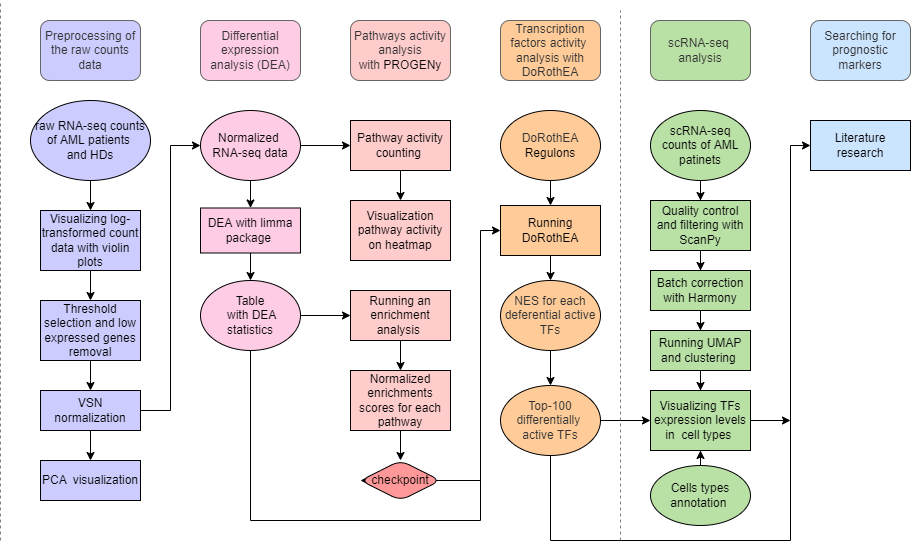
Above: workflow.png in theCastleBuilder/Acute-myeloid-leukemia (draw.io), before the change. Source tidied: cells renumbered, new cells last; positions are measured from the earlier drawing's top-left corner, leaving out a move shared by most shapes.
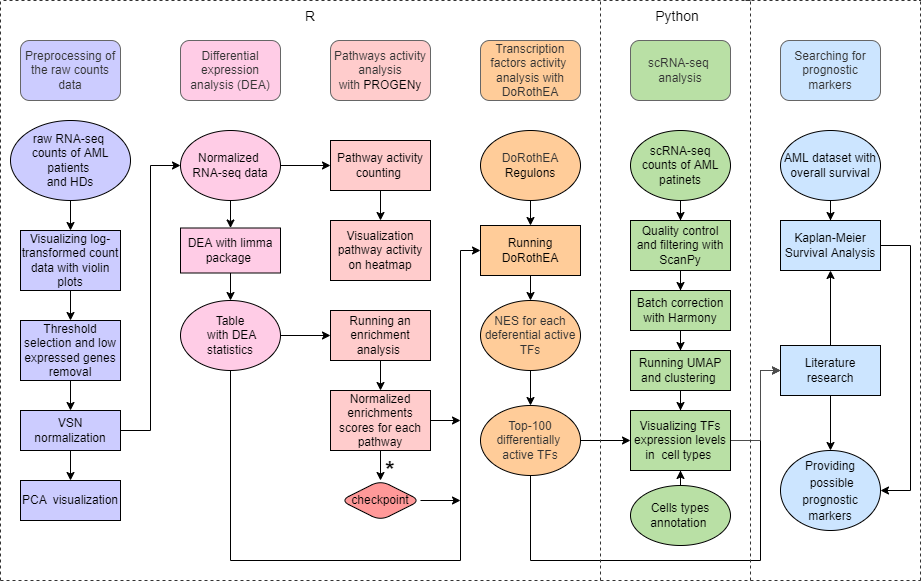
After the commit.

The edit, as a diff of the source:
```diff
@@ -29,7 +29,7 @@
     <mxCell id="10" style="edgeStyle=orthogonalEdgeStyle;rounded=0;jettySize=auto;html=1;exitX=0.5;exitY=1;exitDx=0;exitDy=0;entryX=0.5;entryY=0;entryDx=0;entryDy=0;" parent="1" edge="1" source="11" target="7">
       <mxGeometry relative="1" as="geometry" />
     </mxCell>
-    <mxCell id="11" value="&lt;span style=&quot;&quot;&gt;raw RNA-seq counts of AML patients &lt;br&gt;and HDs&lt;/span&gt;" style="ellipse;whiteSpace=wrap;html=1;rounded=1;fillColor=#CCCCFF;" parent="1" vertex="1">
+    <mxCell id="11" value="&lt;span style=&quot;&quot;&gt;raw RNA-seq &lt;br&gt;counts of AML patients &lt;br&gt;and HDs&lt;/span&gt;" style="ellipse;whiteSpace=wrap;html=1;rounded=1;fillColor=#CCCCFF;" parent="1" vertex="1">
       <mxGeometry x="30" y="100" width="120" height="80" as="geometry" />
     </mxCell>
     <mxCell id="12" style="edgeStyle=orthogonalEdgeStyle;rounded=0;jettySize=auto;html=1;exitX=0.5;exitY=1;exitDx=0;exitDy=0;entryX=0.5;entryY=0;entryDx=0;entryDy=0;" parent="1" edge="1" source="14" target="9">
@@ -58,15 +58,15 @@
     <mxCell id="19" style="edgeStyle=orthogonalEdgeStyle;rounded=0;jettySize=auto;html=1;entryX=0;entryY=0.5;entryDx=0;entryDy=0;strokeColor=#000000;fillColor=#000000;" parent="1" edge="1" source="21" target="28">
       <mxGeometry relative="1" as="geometry" />
     </mxCell>
-    <mxCell id="20" style="edgeStyle=orthogonalEdgeStyle;rounded=0;jettySize=auto;html=1;entryX=0;entryY=0.5;entryDx=0;entryDy=0;strokeColor=#000000;fillColor=#000000;" parent="1" edge="1" source="21" target="40">
-      <mxGeometry relative="1" as="geometry">
-        <Array as="points">
-          <mxPoint x="250" y="520" />
-          <mxPoint x="480" y="520" />
-          <mxPoint x="480" y="480" />
-        </Array>
-      </mxGeometry>
-    </mxCell>
+    <mxCell id="61" style="edgeStyle=orthogonalEdgeStyle;rounded=0;jettySize=auto;html=1;strokeColor=#000000;fillColor=#000000;entryX=0;entryY=0.5;entryDx=0;entryDy=0;" parent="1" edge="1" source="21" target="32">
+      <mxGeometry relative="1" as="geometry">
+        <Array as="points">
+          <mxPoint x="250" y="540" />
+          <mxPoint x="480" y="540" />
+          <mxPoint x="480" y="230" />
+        </Array>
+      </mxGeometry>
+    </mxCell>
     <mxCell id="21" value="&lt;span style=&quot;&quot;&gt;Table&lt;br&gt;&amp;nbsp;with DEA statistics&lt;/span&gt;" style="ellipse;whiteSpace=wrap;html=1;rounded=1;fillColor=#FFCCE6;" parent="1" vertex="1">
       <mxGeometry x="200" y="280" width="100" height="70" as="geometry" />
     </mxCell>
@@ -108,6 +108,11 @@
         <mxPoint x="400" y="460" as="targetPoint" />
       </mxGeometry>
     </mxCell>
+    <mxCell id="62" style="edgeStyle=orthogonalEdgeStyle;rounded=0;jettySize=auto;html=1;strokeColor=#000000;fillColor=#000000;" parent="1" edge="1" source="34">
+      <mxGeometry relative="1" as="geometry">
+        <mxPoint x="480" y="400" as="targetPoint" />
+      </mxGeometry>
+    </mxCell>
     <mxCell id="34" value="Normalized enrichments scores for each pathway" style="rounded=0;whiteSpace=wrap;html=1;strokeColor=#000000;fillColor=#FFCCCC;" parent="1" vertex="1">
       <mxGeometry x="350" y="370" width="100" height="60" as="geometry" />
     </mxCell>
@@ -120,19 +125,16 @@
     <mxCell id="37" style="edgeStyle=orthogonalEdgeStyle;rounded=0;orthogonalLoop=1;jettySize=auto;html=1;exitX=0.5;exitY=1;exitDx=0;exitDy=0;strokeColor=#000000;fillColor=#000000;" parent="1" edge="1" source="28" target="28">
       <mxGeometry relative="1" as="geometry" />
     </mxCell>
-    <mxCell id="38" style="edgeStyle=orthogonalEdgeStyle;rounded=0;jettySize=auto;html=1;entryX=0;entryY=0.5;entryDx=0;entryDy=0;strokeColor=#000000;fillColor=#000000;exitX=1;exitY=0.5;exitDx=0;exitDy=0;" parent="1" edge="1" source="40" target="32">
-      <mxGeometry relative="1" as="geometry">
-        <Array as="points">
-          <mxPoint x="480" y="480" />
-          <mxPoint x="480" y="230" />
-        </Array>
-      </mxGeometry>
-    </mxCell>
     <mxCell id="39" style="edgeStyle=orthogonalEdgeStyle;rounded=0;jettySize=auto;html=1;exitX=1;exitY=0.5;exitDx=0;exitDy=0;strokeColor=#000000;fillColor=#000000;" parent="1" edge="1" source="40">
       <mxGeometry relative="1" as="geometry">
         <mxPoint x="440" y="480" as="targetPoint" />
       </mxGeometry>
     </mxCell>
+    <mxCell id="63" style="edgeStyle=orthogonalEdgeStyle;rounded=0;jettySize=auto;html=1;strokeColor=#000000;fillColor=#000000;exitX=1;exitY=0.5;exitDx=0;exitDy=0;" parent="1" edge="1" source="40">
+      <mxGeometry relative="1" as="geometry">
+        <mxPoint x="480" y="480" as="targetPoint" />
+      </mxGeometry>
+    </mxCell>
     <mxCell id="40" value="checkpoint" style="rhombus;whiteSpace=wrap;html=1;rounded=1;shadow=0;strokeColor=#000000;fillColor=#FF9999;" parent="1" vertex="1">
       <mxGeometry x="360" y="460" width="80" height="40" as="geometry" />
     </mxCell>
@@ -146,8 +148,8 @@
       <mxGeometry relative="1" as="geometry">
         <Array as="points">
           <mxPoint x="550" y="540" />
-          <mxPoint x="790" y="540" />
-          <mxPoint x="790" y="145" />
+          <mxPoint x="780" y="540" />
+          <mxPoint x="780" y="350" />
         </Array>
       </mxGeometry>
     </mxCell>
@@ -178,16 +180,25 @@
     <mxCell id="52" value="Cells types annotation&amp;nbsp;" style="ellipse;whiteSpace=wrap;html=1;rounded=1;strokeColor=#000000;fillColor=#B9E0A5;" parent="1" vertex="1">
       <mxGeometry x="650" y="465" width="100" height="60" as="geometry" />
     </mxCell>
-    <mxCell id="53" style="edgeStyle=orthogonalEdgeStyle;rounded=0;jettySize=auto;html=1;strokeColor=#000000;fillColor=#000000;" parent="1" edge="1" source="54">
-      <mxGeometry relative="1" as="geometry">
-        <mxPoint x="790" y="420" as="targetPoint" />
-      </mxGeometry>
-    </mxCell>
+    <mxCell id="64" style="edgeStyle=orthogonalEdgeStyle;rounded=0;jettySize=auto;html=1;entryX=0;entryY=0.5;entryDx=0;entryDy=0;fontSize=18;strokeColor=#4D4D4D;fillColor=#000000;" parent="1" edge="1" source="54" target="55">
+      <mxGeometry relative="1" as="geometry">
+        <Array as="points">
+          <mxPoint x="780" y="420" />
+          <mxPoint x="780" y="350" />
+        </Array>
+      </mxGeometry>
+    </mxCell>
     <mxCell id="54" value="Visualizing TFs expression levels in&amp;nbsp; cell types&amp;nbsp;" style="rounded=0;whiteSpace=wrap;html=1;strokeColor=#000000;fillColor=#B9E0A5;" parent="1" vertex="1">
       <mxGeometry x="650" y="390" width="100" height="60" as="geometry" />
     </mxCell>
+    <mxCell id="65" style="edgeStyle=orthogonalEdgeStyle;rounded=0;jettySize=auto;html=1;fontSize=14;strokeColor=#000000;fillColor=#000000;" parent="1" edge="1" source="55" target="68">
+      <mxGeometry relative="1" as="geometry" />
+    </mxCell>
+    <mxCell id="66" style="edgeStyle=orthogonalEdgeStyle;rounded=0;jettySize=auto;html=1;entryX=0.5;entryY=0;entryDx=0;entryDy=0;fontSize=14;strokeColor=#000000;fillColor=#000000;" parent="1" edge="1" source="55" target="71">
+      <mxGeometry relative="1" as="geometry" />
+    </mxCell>
     <mxCell id="55" value="Literature research" style="rounded=0;whiteSpace=wrap;html=1;strokeColor=#000000;fillColor=#CCE5FF;" parent="1" vertex="1">
-      <mxGeometry x="810" y="120" width="100" height="50" as="geometry" />
+      <mxGeometry x="800" y="325" width="100" height="50" as="geometry" />
     </mxCell>
     <mxCell id="56" style="edgeStyle=orthogonalEdgeStyle;rounded=0;jettySize=auto;html=1;entryX=0.5;entryY=0;entryDx=0;entryDy=0;strokeColor=#000000;fillColor=#000000;" parent="1" edge="1" source="57" target="44">
       <mxGeometry relative="1" as="geometry" />
@@ -195,20 +206,85 @@
     <mxCell id="57" value="&lt;font color=&quot;#333333&quot;&gt;NES for each deferential active TFs&lt;/font&gt;" style="ellipse;whiteSpace=wrap;html=1;rounded=1;fillColor=#FFCC99;" parent="1" vertex="1">
       <mxGeometry x="500" y="280" width="100" height="70" as="geometry" />
     </mxCell>
-    <mxCell id="58" style="endArrow=none;dashed=1;html=1;rounded=0;strokeColor=#808080;fillColor=#000000;" parent="1" edge="1">
+    <mxCell id="58" style="endArrow=none;dashed=1;html=1;rounded=0;strokeColor=#333333;fillColor=#000000;" parent="1" edge="1">
       <mxGeometry relative="1" as="geometry">
-        <mxPoint y="540" as="sourcePoint" />
-        <mxPoint as="targetPoint" />
+        <mxPoint x="20" y="560" as="sourcePoint" />
+        <mxPoint x="20" y="-20" as="targetPoint" />
       </mxGeometry>
     </mxCell>
-    <mxCell id="59" style="endArrow=none;dashed=1;html=1;rounded=0;strokeColor=#808080;fillColor=#000000;" parent="1" edge="1">
+    <mxCell id="59" style="endArrow=none;dashed=1;html=1;rounded=0;strokeColor=#333333;fillColor=#000000;" parent="1" edge="1">
       <mxGeometry relative="1" as="geometry">
-        <mxPoint x="620" y="540" as="sourcePoint" />
-        <mxPoint x="620" y="10" as="targetPoint" />
+        <mxPoint x="620" y="560" as="sourcePoint" />
+        <mxPoint x="620" y="-20" as="targetPoint" />
       </mxGeometry>
     </mxCell>
     <mxCell id="60" value="Searching for prognostic markers" style="rounded=1;whiteSpace=wrap;html=1;fillColor=#CCE5FF;strokeColor=#666666;fontColor=#333333;" parent="1" vertex="1">
-      <mxGeometry x="810" y="20" width="100" height="60" as="geometry" />
+      <mxGeometry x="800" y="20" width="100" height="60" as="geometry" />
     </mxCell>
+    <mxCell id="67" style="edgeStyle=orthogonalEdgeStyle;rounded=0;jettySize=auto;html=1;entryX=1;entryY=0.5;entryDx=0;entryDy=0;fontSize=14;strokeColor=#000000;fillColor=#000000;" parent="1" edge="1" source="68" target="71">
+      <mxGeometry relative="1" as="geometry">
+        <Array as="points">
+          <mxPoint x="930" y="225" />
+          <mxPoint x="930" y="470" />
+        </Array>
+      </mxGeometry>
+    </mxCell>
+    <mxCell id="68" value="Kaplan-Meier Survival Analysis" style="rounded=0;whiteSpace=wrap;html=1;strokeColor=#000000;fillColor=#CCE5FF;" parent="1" vertex="1">
+      <mxGeometry x="800" y="200" width="100" height="50" as="geometry" />
+    </mxCell>
+    <mxCell id="69" style="edgeStyle=orthogonalEdgeStyle;rounded=0;jettySize=auto;html=1;fontSize=14;strokeColor=#000000;fillColor=#000000;" parent="1" edge="1" source="70" target="68">
+      <mxGeometry relative="1" as="geometry" />
+    </mxCell>
+    <mxCell id="70" value="AML dataset with overall survival" style="ellipse;whiteSpace=wrap;html=1;rounded=1;strokeColor=#000000;fillColor=#CCE5FF;" parent="1" vertex="1">
+      <mxGeometry x="800" y="110" width="100" height="70" as="geometry" />
+    </mxCell>
+    <mxCell id="71" value="&lt;span style=&quot;font-size: 12px;&quot;&gt;Providing&lt;br&gt;&amp;nbsp;possible prognostic markers&lt;/span&gt;" style="ellipse;whiteSpace=wrap;html=1;rounded=1;shadow=0;fontSize=14;strokeColor=#000000;fillColor=#CCE5FF;" parent="1" vertex="1">
+      <mxGeometry x="800" y="430" width="100" height="80" as="geometry" />
+    </mxCell>
+    <mxCell id="72" value="&lt;font style=&quot;font-size: 24px;&quot;&gt;&lt;b style=&quot;&quot;&gt;*&lt;/b&gt;&lt;/font&gt;" style="text;html=1;strokeColor=none;fillColor=none;align=center;verticalAlign=middle;whiteSpace=wrap;rounded=0;shadow=0;fontSize=14;" parent="1" vertex="1">
+      <mxGeometry x="380" y="435" width="60" height="30" as="geometry" />
+    </mxCell>
+    <mxCell id="73" style="endArrow=none;dashed=1;html=1;rounded=0;strokeColor=#333333;fillColor=#000000;" parent="1" edge="1">
+      <mxGeometry relative="1" as="geometry">
+        <mxPoint x="20" y="560" as="sourcePoint" />
+        <mxPoint x="770" y="560" as="targetPoint" />
+      </mxGeometry>
+    </mxCell>
+    <mxCell id="74" style="endArrow=none;dashed=1;html=1;rounded=0;strokeColor=#333333;fillColor=#000000;" parent="1" edge="1">
+      <mxGeometry relative="1" as="geometry">
+        <mxPoint x="770" y="-20" as="sourcePoint" />
+        <mxPoint x="20" y="-20" as="targetPoint" />
+      </mxGeometry>
+    </mxCell>
+    <mxCell id="75" style="endArrow=none;dashed=1;html=1;rounded=0;strokeColor=#333333;fillColor=#000000;" parent="1" edge="1">
+      <mxGeometry relative="1" as="geometry">
+        <mxPoint x="770" y="560" as="sourcePoint" />
+        <mxPoint x="770" y="-20" as="targetPoint" />
+      </mxGeometry>
+    </mxCell>
+    <mxCell id="76" value="&lt;font style=&quot;font-size: 14px;&quot;&gt;R&lt;/font&gt;" style="text;html=1;strokeColor=none;fillColor=none;align=center;verticalAlign=middle;whiteSpace=wrap;rounded=0;shadow=0;fontSize=18;" parent="1" vertex="1">
+      <mxGeometry x="300" y="-20" width="60" height="30" as="geometry" />
+    </mxCell>
+    <mxCell id="77" value="&lt;font style=&quot;font-size: 14px;&quot;&gt;Python&lt;/font&gt;" style="text;html=1;strokeColor=none;fillColor=none;align=center;verticalAlign=middle;whiteSpace=wrap;rounded=0;shadow=0;fontSize=18;" parent="1" vertex="1">
+      <mxGeometry x="667" y="-20" width="60" height="30" as="geometry" />
+    </mxCell>
+    <mxCell id="78" style="endArrow=none;dashed=1;html=1;rounded=0;fontSize=14;strokeColor=#333333;fillColor=#000000;" parent="1" edge="1">
+      <mxGeometry relative="1" as="geometry">
+        <mxPoint x="770" y="560" as="sourcePoint" />
+        <mxPoint x="940" y="560" as="targetPoint" />
+      </mxGeometry>
+    </mxCell>
+    <mxCell id="79" style="endArrow=none;dashed=1;html=1;rounded=0;fontSize=14;strokeColor=#333333;fillColor=#000000;" parent="1" edge="1">
+      <mxGeometry relative="1" as="geometry">
+        <mxPoint x="765" y="-20" as="sourcePoint" />
+        <mxPoint x="940" y="-20" as="targetPoint" />
+      </mxGeometry>
+    </mxCell>
+    <mxCell id="80" style="endArrow=none;dashed=1;html=1;rounded=0;strokeColor=#333333;fillColor=#000000;" parent="1" edge="1">
+      <mxGeometry relative="1" as="geometry">
+        <mxPoint x="940" y="560" as="sourcePoint" />
+        <mxPoint x="940" y="-20" as="targetPoint" />
+      </mxGeometry>
+    </mxCell>
   </root>
 </mxGraphModel>
```
